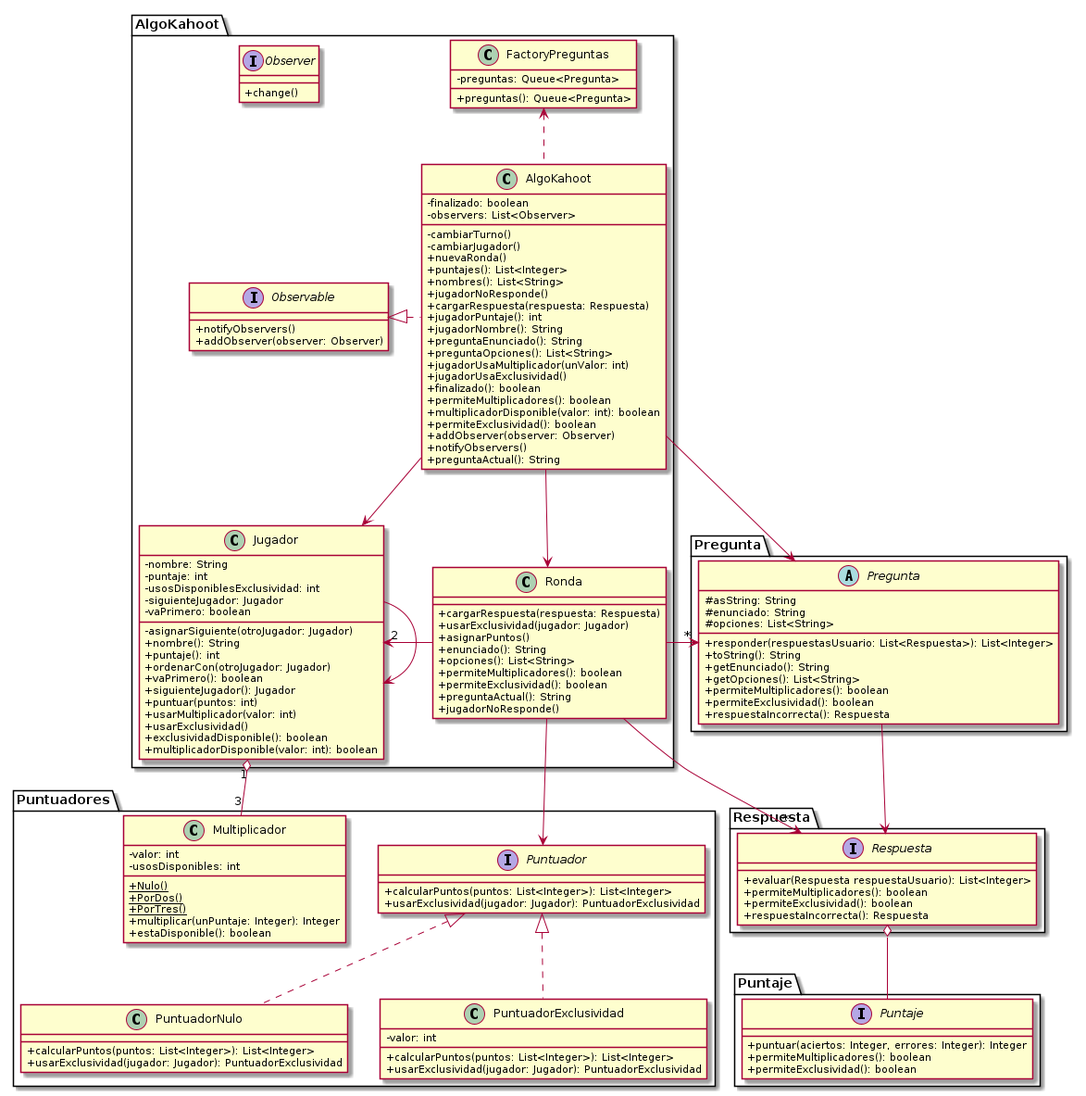
gcc-cdimatteo/Algoritmos-y-Programacion-III-75.07 keeps this PlantUML diagram as Documentacion/Entrega/UML/Diagrama de Clases General.png. Above is the earlier version.
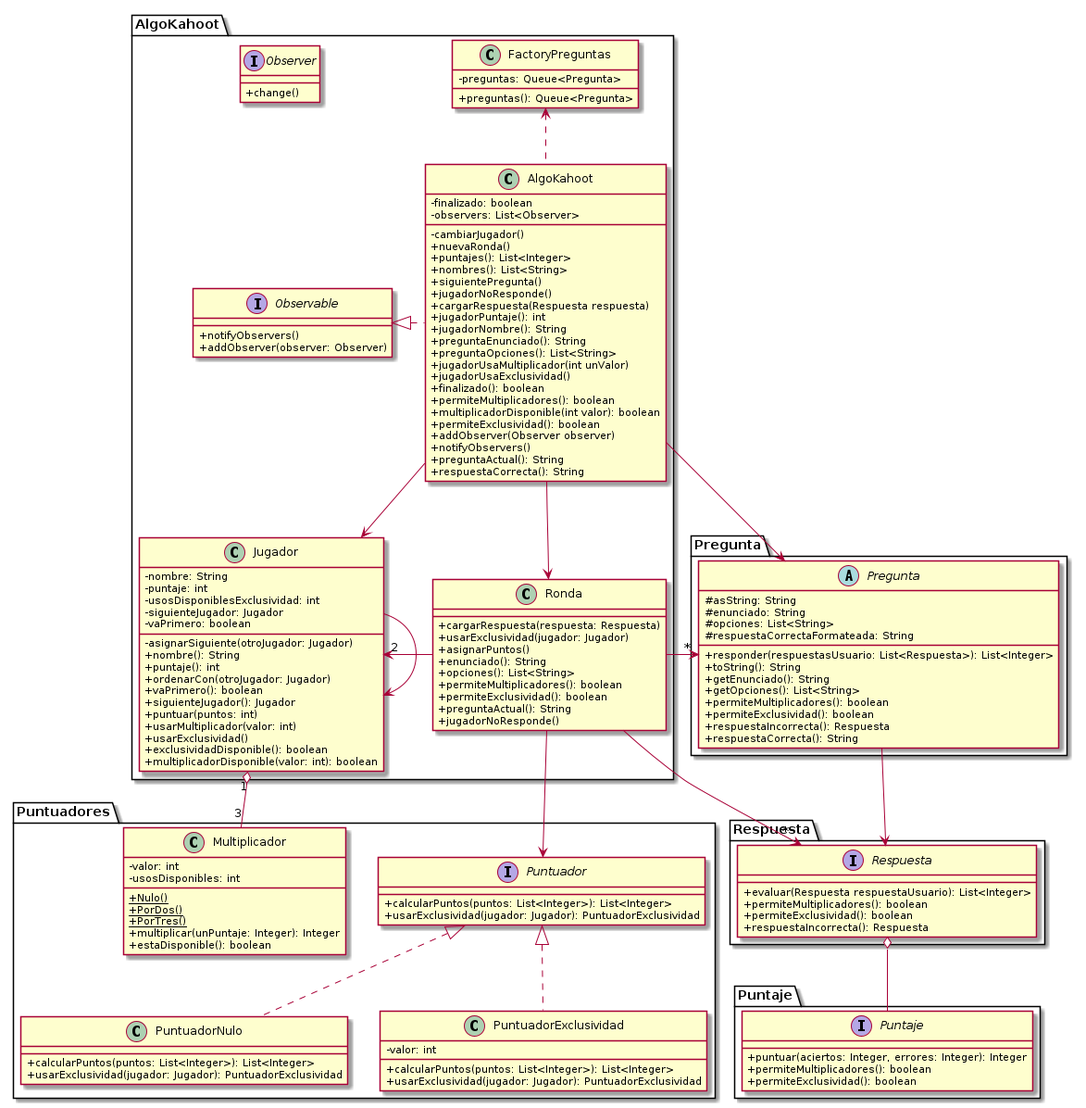
Later version of the same file.

What changed in the source:
```diff
@@ -5,26 +5,27 @@
     class AlgoKahoot {
     - finalizado: boolean
     - observers: List<Observer>
-    - cambiarTurno()
     - cambiarJugador()
     + nuevaRonda()
     + puntajes(): List<Integer>
     + nombres(): List<String>
+    + siguientePregunta()
     + jugadorNoResponde()
-    + cargarRespuesta(respuesta: Respuesta)
+    + cargarRespuesta(Respuesta respuesta)
     + jugadorPuntaje(): int
     + jugadorNombre(): String
     + preguntaEnunciado(): String
     + preguntaOpciones(): List<String>
-    + jugadorUsaMultiplicador(unValor: int)
+    + jugadorUsaMultiplicador(int unValor)
     + jugadorUsaExclusividad()
     + finalizado(): boolean
     + permiteMultiplicadores(): boolean
-    + multiplicadorDisponible(valor: int): boolean
+    + multiplicadorDisponible(int valor): boolean
     + permiteExclusividad(): boolean
-    + addObserver(observer: Observer)
+    + addObserver(Observer observer)
     + notifyObservers()
     + preguntaActual(): String
+    + respuestaCorrecta(): String
     }
     class Jugador {
         - nombre: String
@@ -73,6 +74,7 @@
         # asString: String
         # enunciado: String
         # opciones: List<String>
+        # respuestaCorrectaFormateada: String
         + responder(respuestasUsuario: List<Respuesta>): List<Integer>
         + toString(): String
         + getEnunciado(): String
@@ -80,6 +82,7 @@
         + permiteMultiplicadores(): boolean
         + permiteExclusividad(): boolean
         + respuestaIncorrecta(): Respuesta
+        + respuestaCorrecta(): String
     }
 }
 
```
